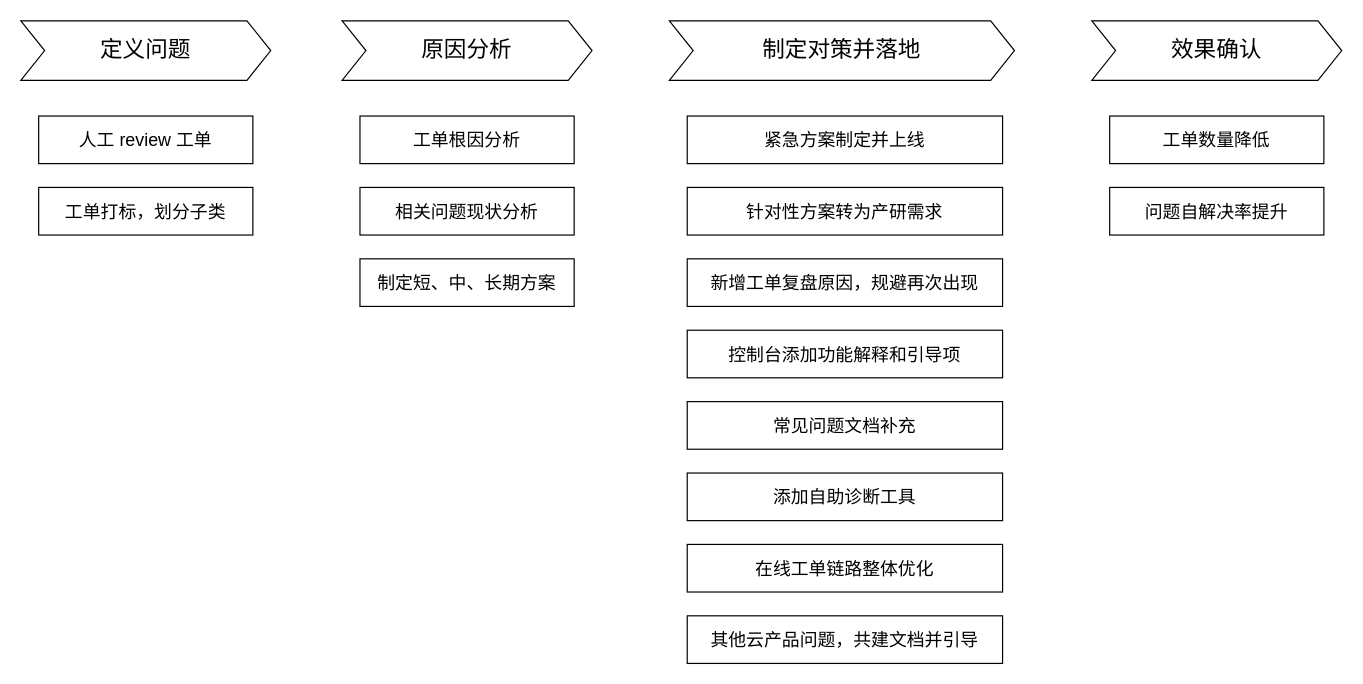
TheAriaYang/LynnnnnnnYang.github.io keeps this draw.io diagram as 工单抹零.drawio. Above is the earlier version. Source tidied: cells renumbered, new cells numbered last; positions are measured from the earlier drawing's top-left corner, leaving out a move shared by most shapes. Both pictures are drawn from the tidied source at 119%, with x=0, y=0 at pixel (20, 20).
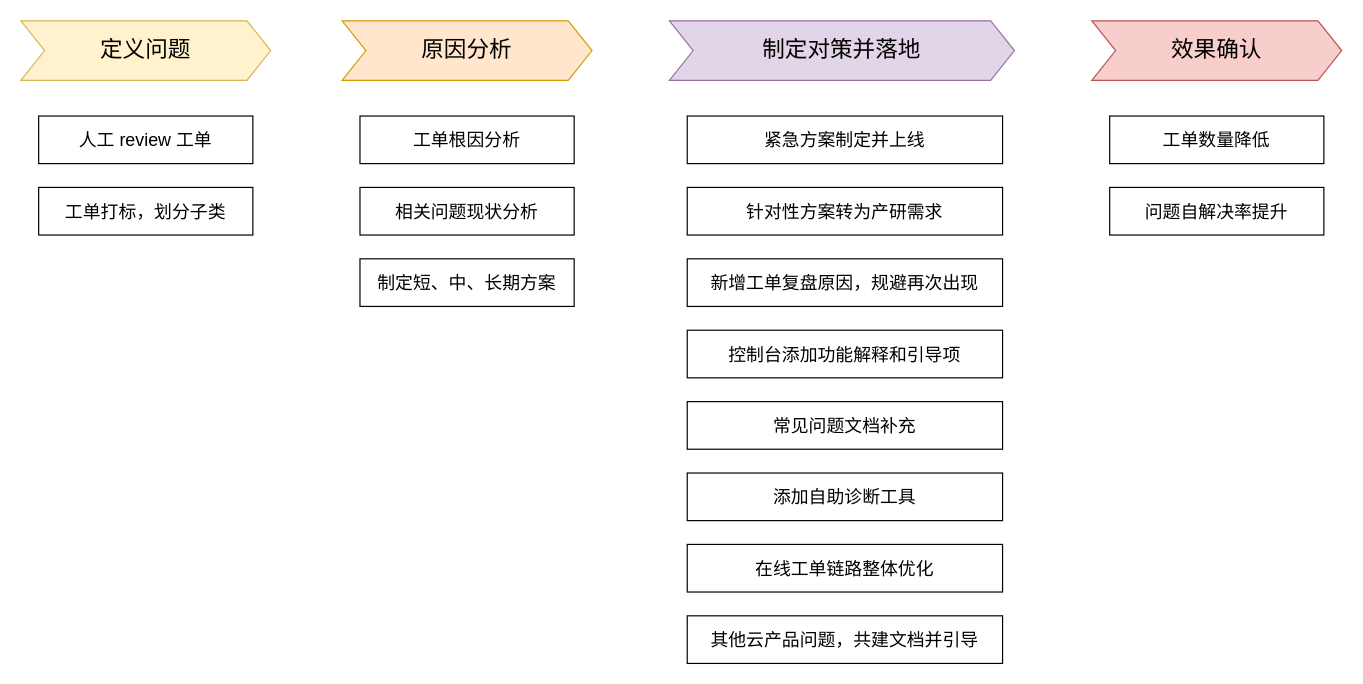
The same diagram, later.

Commit message (it also covers changes not shown here):
更新工单抹零.drawio

Diff of the diagram source:
```diff
@@
-    <mxCell id="2" value="&lt;font style=&quot;font-size: 19px;&quot;&gt;定义问题&lt;/font&gt;" style="shape=step;perimeter=stepPerimeter;whiteSpace=wrap;html=1;fixedSize=1;" parent="1" vertex="1">
+    <mxCell id="2" value="&lt;font style=&quot;font-size: 19px;&quot;&gt;定义问题&lt;/font&gt;" style="shape=step;perimeter=stepPerimeter;whiteSpace=wrap;html=1;fixedSize=1;fillColor=#fff2cc;strokeColor=#d6b656;" parent="1" vertex="1">
       <mxGeometry width="210" height="50" as="geometry" />
     </mxCell>
-    <mxCell id="3" value="&lt;font style=&quot;font-size: 19px;&quot;&gt;原因分析&lt;/font&gt;" style="shape=step;perimeter=stepPerimeter;whiteSpace=wrap;html=1;fixedSize=1;" parent="1" vertex="1">
+    <mxCell id="3" value="&lt;font style=&quot;font-size: 19px;&quot;&gt;原因分析&lt;/font&gt;" style="shape=step;perimeter=stepPerimeter;whiteSpace=wrap;html=1;fixedSize=1;fillColor=#ffe6cc;strokeColor=#d79b00;" parent="1" vertex="1">
       <mxGeometry x="270" width="210" height="50" as="geometry" />
     </mxCell>
-    <mxCell id="4" value="&lt;span style=&quot;font-size: 19px;&quot;&gt;制定对策并落地&lt;/span&gt;" style="shape=step;perimeter=stepPerimeter;whiteSpace=wrap;html=1;fixedSize=1;" parent="1" vertex="1">
+    <mxCell id="4" value="&lt;span style=&quot;font-size: 19px;&quot;&gt;制定对策并落地&lt;/span&gt;" style="shape=step;perimeter=stepPerimeter;whiteSpace=wrap;html=1;fixedSize=1;fillColor=#e1d5e7;strokeColor=#9673a6;" parent="1" vertex="1">
       <mxGeometry x="545" width="290" height="50" as="geometry" />
     </mxCell>
-    <mxCell id="5" value="&lt;span style=&quot;font-size: 19px;&quot;&gt;效果确认&lt;/span&gt;" style="shape=step;perimeter=stepPerimeter;whiteSpace=wrap;html=1;fixedSize=1;" parent="1" vertex="1">
+    <mxCell id="5" value="&lt;span style=&quot;font-size: 19px;&quot;&gt;效果确认&lt;/span&gt;" style="shape=step;perimeter=stepPerimeter;whiteSpace=wrap;html=1;fixedSize=1;fillColor=#f8cecc;strokeColor=#b85450;" parent="1" vertex="1">
       <mxGeometry x="900" width="210" height="50" as="geometry" />
     </mxCell>
```
